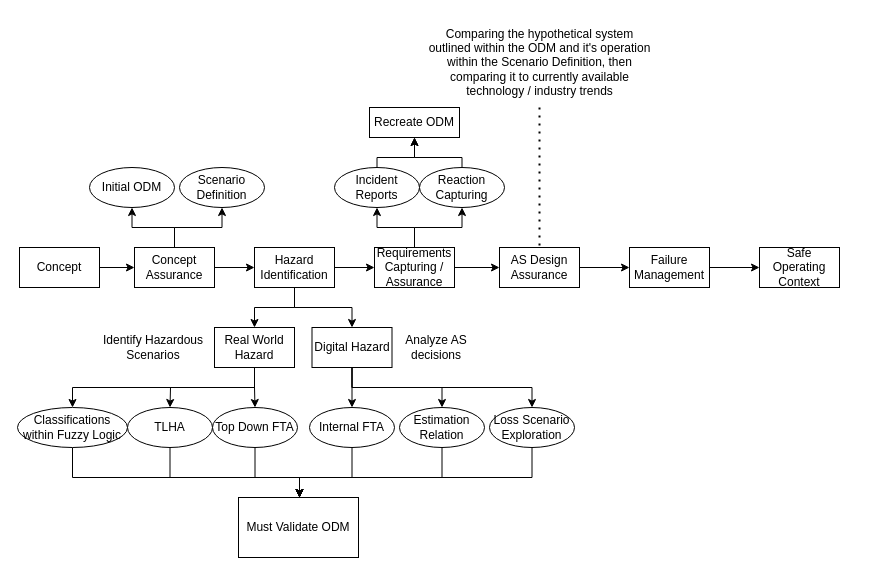
Above: SACE-Rail.drawio in TortoiseFather/SimpleRailwaySim (draw.io), before the change. Source tidied: cells renumbered, new cells numbered last; positions are measured from the earlier drawing's top-left corner, leaving out a move shared by most shapes. Both pictures are drawn from the tidied source at 100%, with x=0, y=0 at pixel (17, 17).
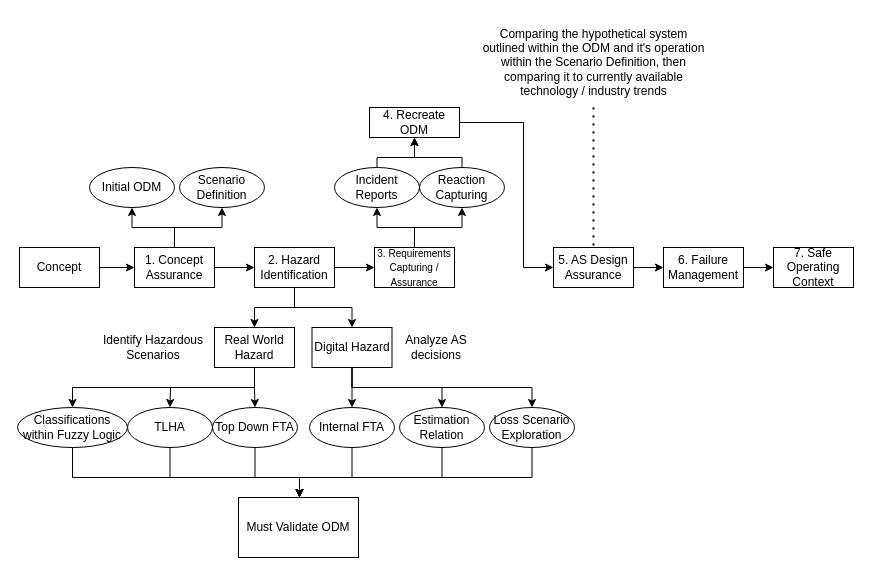
After the change.

Diff of the diagram source:
```diff
@@
-    <mxCell id="7" value="Concept Assurance" style="rounded=0;whiteSpace=wrap;html=1;" parent="1" vertex="1">
+    <mxCell id="7" value="1. Concept Assurance" style="rounded=0;whiteSpace=wrap;html=1;" parent="1" vertex="1">
       <mxGeometry x="117" y="230" width="80" height="40" as="geometry" />
     </mxCell>
@@
-    <mxCell id="11" value="Hazard Identification" style="rounded=0;whiteSpace=wrap;html=1;" parent="1" vertex="1">
+    <mxCell id="11" value="2. Hazard Identification" style="rounded=0;whiteSpace=wrap;html=1;" parent="1" vertex="1">
       <mxGeometry x="237" y="230" width="80" height="40" as="geometry" />
     </mxCell>
@@
-    <mxCell id="20" style="edgeStyle=orthogonalEdgeStyle;rounded=0;jettySize=auto;html=1;" parent="1" edge="1" source="23" target="25">
-      <mxGeometry relative="1" as="geometry" />
-    </mxCell>
@@
-    <mxCell id="23" value="Requirements Capturing / Assurance" style="rounded=0;whiteSpace=wrap;html=1;" parent="1" vertex="1">
+    <mxCell id="23" value="&lt;font style=&quot;font-size: 10px;&quot;&gt;3. Requirements Capturing / Assurance&lt;/font&gt;" style="rounded=0;whiteSpace=wrap;html=1;" parent="1" vertex="1">
       <mxGeometry x="357" y="230" width="80" height="40" as="geometry" />
     </mxCell>
@@
-    <mxCell id="25" value="AS Design Assurance" style="rounded=0;whiteSpace=wrap;html=1;" parent="1" vertex="1">
-      <mxGeometry x="482" y="230" width="80" height="40" as="geometry" />
+    <mxCell id="25" value="5. AS Design Assurance" style="rounded=0;whiteSpace=wrap;html=1;" parent="1" vertex="1">
+      <mxGeometry x="536" y="230" width="80" height="40" as="geometry" />
     </mxCell>
@@
-    <mxCell id="27" value="Failure Management" style="rounded=0;whiteSpace=wrap;html=1;" parent="1" vertex="1">
-      <mxGeometry x="612" y="230" width="80" height="40" as="geometry" />
+    <mxCell id="27" value="6. Failure Management" style="rounded=0;whiteSpace=wrap;html=1;" parent="1" vertex="1">
+      <mxGeometry x="646" y="230" width="80" height="40" as="geometry" />
     </mxCell>
@@
-    <mxCell id="49" value="Safe Operating Context" style="rounded=0;whiteSpace=wrap;html=1;" parent="1" vertex="1">
-      <mxGeometry x="742" y="230" width="80" height="40" as="geometry" />
+    <mxCell id="49" value="7. Safe Operating Context" style="rounded=0;whiteSpace=wrap;html=1;" parent="1" vertex="1">
+      <mxGeometry x="756" y="230" width="80" height="40" as="geometry" />
     </mxCell>
-    <mxCell id="50" value="Recreate ODM" style="whiteSpace=wrap;html=1;" parent="1" vertex="1">
+    <mxCell id="50" value="4. Recreate ODM" style="whiteSpace=wrap;html=1;" parent="1" vertex="1">
       <mxGeometry x="352" y="90" width="90" height="30" as="geometry" />
     </mxCell>
     <mxCell id="51" value="Comparing the hypothetical system outlined within the ODM and it's operation within the Scenario Definition, then comparing it to currently available technology / industry trends" style="text;html=1;strokeColor=none;fillColor=none;align=center;verticalAlign=middle;whiteSpace=wrap;rounded=0;" parent="1" vertex="1">
-      <mxGeometry x="409.6" width="224.8" height="90" as="geometry" />
+      <mxGeometry x="463.6" width="224.8" height="90" as="geometry" />
     </mxCell>
@@
+    <mxCell id="53" style="endArrow=classic;html=1;rounded=0;exitX=1;exitY=0.5;exitDx=0;exitDy=0;entryX=0;entryY=0.5;entryDx=0;entryDy=0;" parent="1" edge="1" source="50" target="25">
+      <mxGeometry relative="1" as="geometry">
+        <Array as="points">
+          <mxPoint x="506" y="105" />
+          <mxPoint x="506" y="250" />
+        </Array>
+      </mxGeometry>
+    </mxCell>
```
